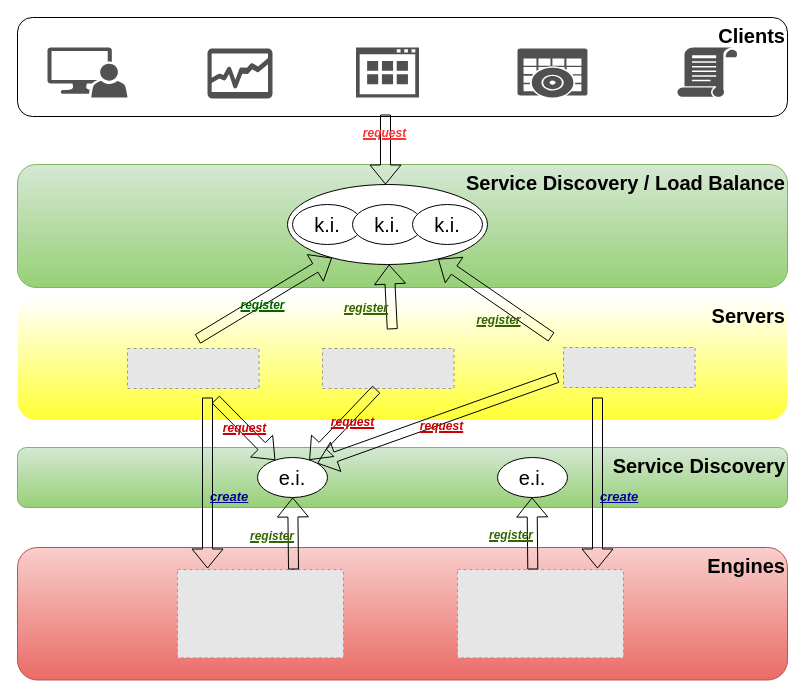
Before: docs/imgs/ha.drawio in apache/kyuubi, a draw.io diagram. Source tidied: cells renumbered, new cells numbered last; positions are measured from the earlier drawing's top-left corner, leaving out a move shared by most shapes. Both pictures are drawn from the tidied source at 100%, with x=0, y=0 at pixel (17, 17). Pictures stored in the file or linked from it are replaced by grey dashed boxes.
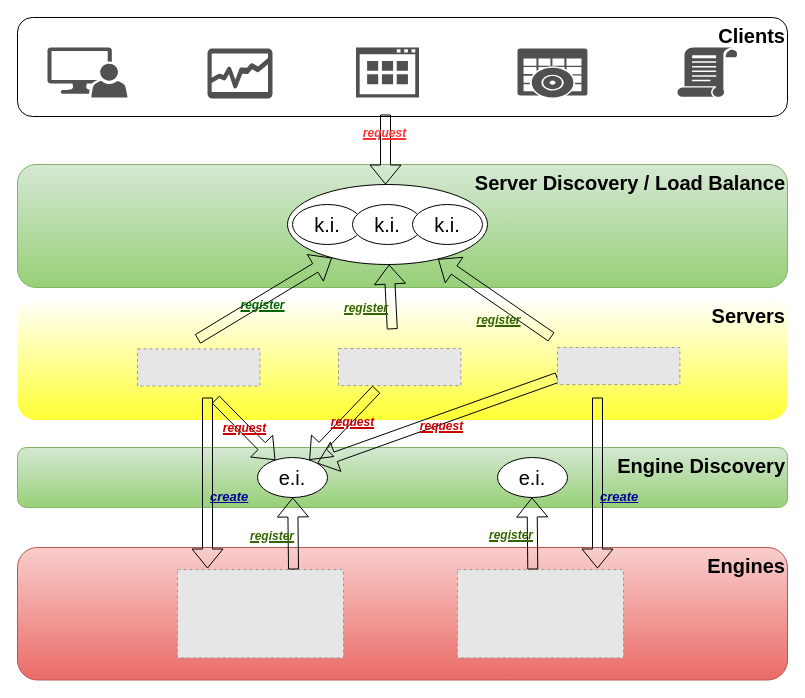
The same page after the edit.

Unchanged cells that the change refers to:
```xml
<mxCell id="14" style="group;" parent="1" vertex="1">
  <mxGeometry y="280" width="770" height="122.5" as="geometry" />
</mxCell>
<mxCell id="28" style="ellipse;whiteSpace=wrap;html=1;labelBackgroundColor=none;fontSize=20;align=right;" parent="27" vertex="1">
  <mxGeometry width="200" height="80" as="geometry" />
</mxCell>
```

Change to the diagram source:
```diff
@@
-    <mxCell id="6" value="Service Discovery / Load Balance" style="rounded=1;whiteSpace=wrap;html=1;fontStyle=1;fontSize=20;labelBackgroundColor=none;labelBorderColor=none;fillColor=#d5e8d4;strokeColor=#82b366;gradientColor=#97d077;align=right;verticalAlign=top;" parent="1" vertex="1">
+    <mxCell id="6" value="Server Discovery / Load Balance" style="rounded=1;whiteSpace=wrap;html=1;fontStyle=1;fontSize=20;labelBackgroundColor=none;labelBorderColor=none;fillColor=#d5e8d4;strokeColor=#82b366;gradientColor=#97d077;align=right;verticalAlign=top;" parent="1" vertex="1">
       <mxGeometry y="147" width="770" height="123" as="geometry" />
     </mxCell>
@@
-    <mxCell id="10" value="Service Discovery" style="rounded=1;whiteSpace=wrap;html=1;fontStyle=1;fontSize=20;labelBackgroundColor=none;labelBorderColor=none;fillColor=#d5e8d4;strokeColor=#82b366;gradientColor=#97d077;align=right;verticalAlign=top;" parent="1" vertex="1">
+    <mxCell id="10" value="Engine Discovery" style="rounded=1;whiteSpace=wrap;html=1;fontStyle=1;fontSize=20;labelBackgroundColor=none;labelBorderColor=none;fillColor=#d5e8d4;strokeColor=#82b366;gradientColor=#97d077;align=right;verticalAlign=top;" parent="1" vertex="1">
       <mxGeometry y="430" width="770" height="60" as="geometry" />
     </mxCell>
@@
-    <mxCell id="20" style="fillColor=#E6E6E6;strokeColor=#999999;dashed=1;verticalLabelPosition=bottom;verticalAlign=top;" parent="14" vertex="1">
-      <mxGeometry x="110" y="51" width="131.5" height="40" as="geometry" />
-    </mxCell>
-    <mxCell id="21" style="fillColor=#E6E6E6;strokeColor=#999999;dashed=1;verticalLabelPosition=bottom;verticalAlign=top;" parent="14" vertex="1">
-      <mxGeometry x="305" y="51" width="131.5" height="40" as="geometry" />
-    </mxCell>
-    <mxCell id="22" style="fillColor=#E6E6E6;strokeColor=#999999;dashed=1;verticalLabelPosition=bottom;verticalAlign=top;" parent="14" vertex="1">
-      <mxGeometry x="546" y="50" width="131.5" height="40" as="geometry" />
-    </mxCell>
+    <mxCell id="49" style="fillColor=#E6E6E6;strokeColor=#999999;dashed=1;verticalLabelPosition=bottom;labelBackgroundColor=#ffffff;verticalAlign=top;" parent="14" vertex="1">
+      <mxGeometry x="120" y="51.4" width="122.4" height="37.1" as="geometry" />
+    </mxCell>
+    <mxCell id="50" style="fillColor=#E6E6E6;strokeColor=#999999;dashed=1;verticalLabelPosition=bottom;labelBackgroundColor=#ffffff;verticalAlign=top;" parent="14" vertex="1">
+      <mxGeometry x="321" y="51" width="122.4" height="37.1" as="geometry" />
+    </mxCell>
+    <mxCell id="51" style="fillColor=#E6E6E6;strokeColor=#999999;dashed=1;verticalLabelPosition=bottom;labelBackgroundColor=#ffffff;verticalAlign=top;" parent="14" vertex="1">
+      <mxGeometry x="540" y="50" width="122.4" height="37.1" as="geometry" />
+    </mxCell>
@@
-    <mxCell id="37" style="shape=flexArrow;endArrow=classic;html=1;fontSize=20;" parent="1" edge="1" target="28">
+    <mxCell id="37" style="shape=flexArrow;endArrow=classic;html=1;fontSize=20;strokeColor=default;sketch=0;shadow=0;" parent="1" edge="1" target="28">
       <mxGeometry relative="1" as="geometry">
         <mxPoint x="180" y="321.6" as="sourcePoint" />
       </mxGeometry>
     </mxCell>
```
